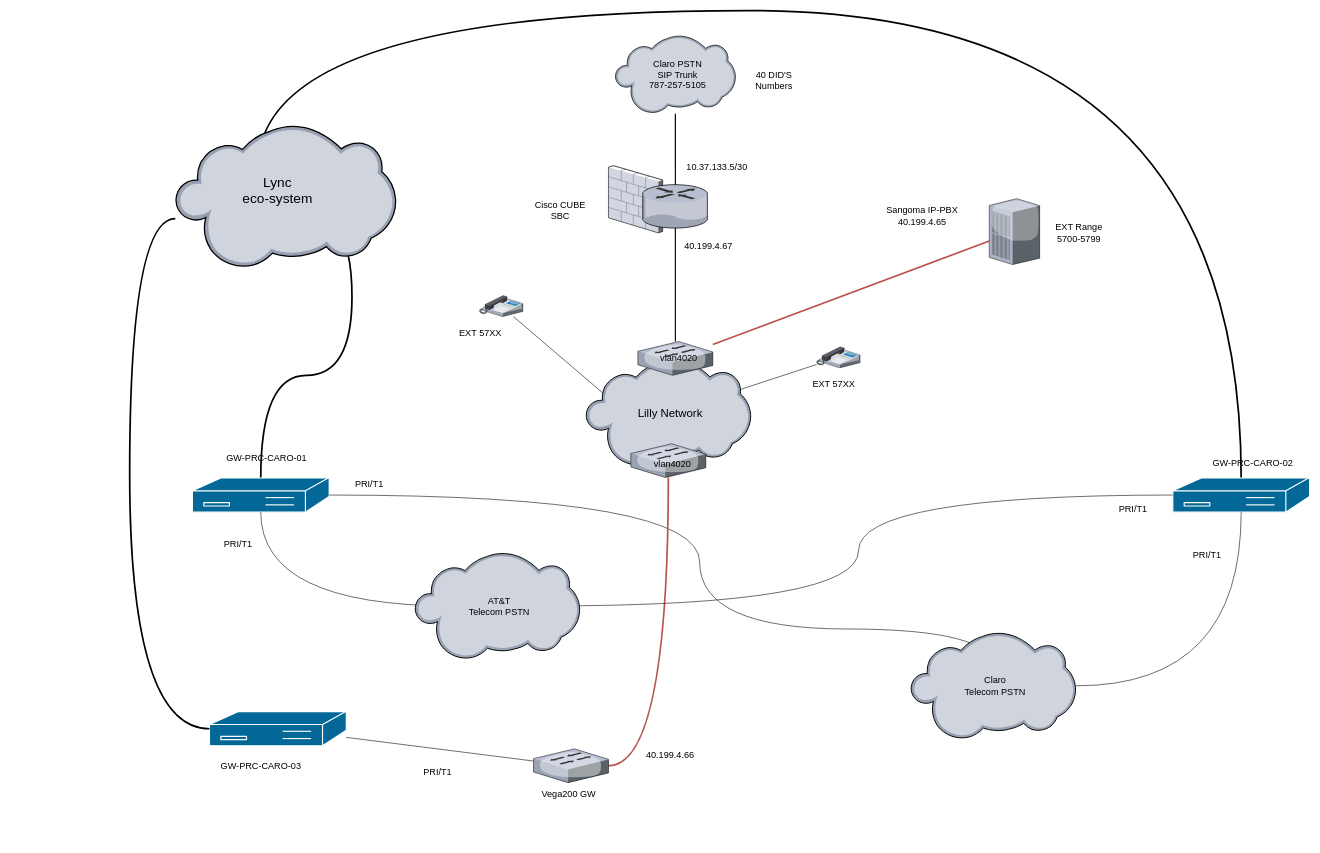
Above: pbx-lilly.drawio in jose-guisao/hello-world (draw.io), before the change. Source tidied: cells renumbered, new cells numbered last; positions are measured from the earlier drawing's top-left corner, leaving out a move shared by most shapes. Both pictures are drawn from the tidied source at 57%, with x=0, y=0 at pixel (129, 10).
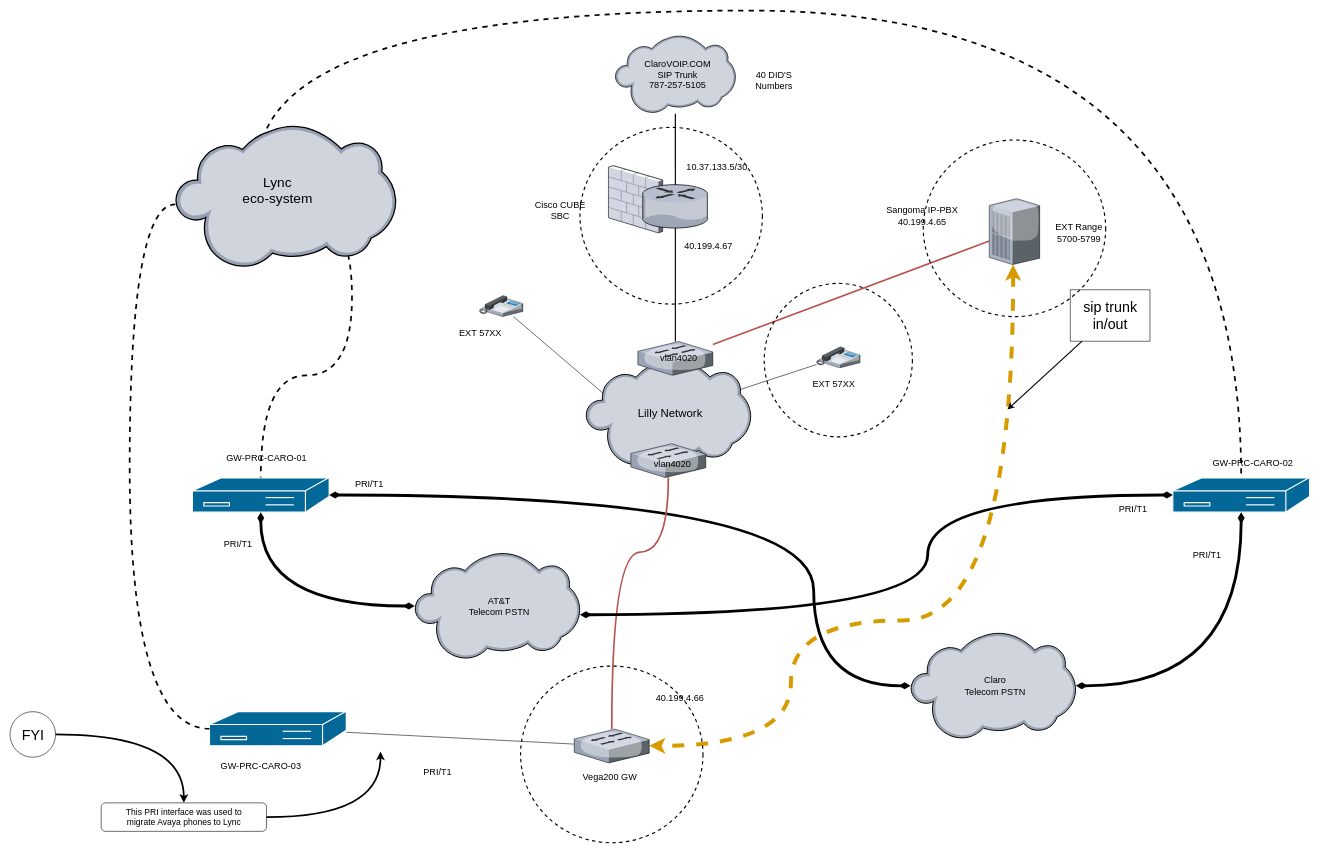
The same diagram, later.

Unchanged cells that the change refers to:
```xml
<mxCell id="5" style="verticalLabelPosition=bottom;html=1;verticalAlign=top;strokeColor=none;align=center;outlineConnect=0;shape=mxgraph.citrix.cloud;" parent="4" vertex="1">
  <mxGeometry width="387.3" height="252.8" as="geometry" />
</mxCell>
<mxCell id="6" value="&lt;div style=&quot;font-size: 24px;&quot;&gt;Lync&lt;/div&gt;&lt;div style=&quot;font-size: 24px;&quot;&gt; eco-system&lt;/div&gt;" style="text;html=1;align=center;verticalAlign=middle;points=[];fontSize=24;" parent="4" vertex="1">
  <mxGeometry x="88.6" y="76.3" width="180" height="80" as="geometry" />
</mxCell>
<mxCell id="11" style="verticalLabelPosition=bottom;html=1;verticalAlign=top;strokeColor=none;align=center;outlineConnect=0;shape=mxgraph.citrix.pbx_server;" parent="1" vertex="1">
  <mxGeometry x="1508" y="330" width="88.5" height="115.7" as="geometry" />
</mxCell>
<mxCell id="22" style="shape=mxgraph.cisco.controllers_and_modules.3174_(desktop)_cluster_controller;html=1;dashed=0;fillColor=#036897;strokeColor=#ffffff;strokeWidth=2;verticalLabelPosition=bottom;verticalAlign=top;align=center;outlineConnect=0;" parent="1" vertex="1">
  <mxGeometry x="110" y="820" width="240" height="60" as="geometry" />
</mxCell>
<mxCell id="23" style="shape=mxgraph.cisco.controllers_and_modules.3174_(desktop)_cluster_controller;html=1;dashed=0;fillColor=#036897;strokeColor=#ffffff;strokeWidth=2;verticalLabelPosition=bottom;verticalAlign=top;align=center;outlineConnect=0;" parent="1" vertex="1">
  <mxGeometry x="140" y="1230" width="240" height="60" as="geometry" />
</mxCell>
<mxCell id="24" style="shape=mxgraph.cisco.controllers_and_modules.3174_(desktop)_cluster_controller;html=1;dashed=0;fillColor=#036897;strokeColor=#ffffff;strokeWidth=2;verticalLabelPosition=bottom;verticalAlign=top;align=center;outlineConnect=0;" parent="1" vertex="1">
  <mxGeometry x="1830" y="820" width="240" height="60" as="geometry" />
</mxCell>
<mxCell id="40" style="verticalLabelPosition=bottom;html=1;verticalAlign=top;strokeColor=none;align=center;outlineConnect=0;shape=mxgraph.citrix.cloud;" parent="39" vertex="1">
  <mxGeometry width="290" height="189.3" as="geometry" />
</mxCell>
<mxCell id="41" value="&lt;div&gt;Claro&lt;/div&gt;&lt;div&gt;Telecom PSTN&lt;br&gt;&lt;/div&gt;" style="text;html=1;align=center;verticalAlign=middle;points=[];fontSize=16;" parent="39" vertex="1">
  <mxGeometry x="67.5" y="64.6" width="160" height="60" as="geometry" />
</mxCell>
<mxCell id="43" style="verticalLabelPosition=bottom;html=1;verticalAlign=top;strokeColor=none;align=center;outlineConnect=0;shape=mxgraph.citrix.cloud;" parent="42" vertex="1">
  <mxGeometry width="290" height="189.3" as="geometry" />
</mxCell>
<mxCell id="44" value="&lt;div&gt;AT&amp;amp;T&lt;br&gt;&lt;/div&gt;&lt;div&gt;Telecom PSTN&lt;br&gt;&lt;/div&gt;" style="text;html=1;align=center;verticalAlign=middle;points=[];fontSize=16;" parent="42" vertex="1">
  <mxGeometry x="67.5" y="64.6" width="160" height="60" as="geometry" />
</mxCell>
<mxCell id="58" style="verticalLabelPosition=bottom;html=1;verticalAlign=top;strokeColor=none;align=center;outlineConnect=0;shape=mxgraph.citrix.switch;" parent="53" vertex="1">
  <mxGeometry x="79.2" y="149.3" width="131.5" height="59.3" as="geometry" />
</mxCell>
```

The edit, as a diff of the source:
```diff
@@
-    <mxCell id="2" style="edgeStyle=orthogonalEdgeStyle;curved=1;rounded=0;jettySize=auto;html=1;endArrow=none;endFill=0;strokeWidth=3;fontSize=16;" parent="1" edge="1" source="6" target="24">
+    <mxCell id="2" style="edgeStyle=orthogonalEdgeStyle;curved=1;rounded=0;jettySize=auto;html=1;endArrow=none;endFill=0;strokeWidth=3;fontSize=16;dashed=1;" parent="1" edge="1" source="6" target="24">
       <mxGeometry relative="1" as="geometry">
         <Array as="points">
           <mxPoint x="225" />
           <mxPoint x="1950" />
         </Array>
       </mxGeometry>
     </mxCell>
-    <mxCell id="3" style="edgeStyle=orthogonalEdgeStyle;curved=1;rounded=0;jettySize=auto;html=1;endArrow=none;endFill=0;strokeWidth=3;fontSize=16;" parent="1" edge="1" source="6" target="22">
+    <mxCell id="3" style="edgeStyle=orthogonalEdgeStyle;curved=1;rounded=0;jettySize=auto;html=1;endArrow=none;endFill=0;strokeWidth=3;fontSize=16;dashed=1;" parent="1" edge="1" source="6" target="22">
       <mxGeometry relative="1" as="geometry">
         <Array as="points">
           <mxPoint x="390" y="365" />
           <mxPoint x="390" y="640" />
           <mxPoint x="230" y="640" />
         </Array>
       </mxGeometry>
     </mxCell>
@@
+    <mxCell id="62" style="edgeStyle=orthogonalEdgeStyle;curved=1;rounded=0;jettySize=auto;html=1;endArrow=classic;endFill=1;strokeWidth=7;fontSize=25;fontColor=#000000;startArrow=classic;startFill=1;dashed=1;fillColor=#ffe6cc;strokeColor=#d79b00;" parent="1" edge="1" source="11" target="33">
+      <mxGeometry relative="1" as="geometry">
+        <Array as="points">
+          <mxPoint x="1550" y="1070" />
+          <mxPoint x="1160" y="1070" />
+          <mxPoint x="1160" y="1290" />
+        </Array>
+      </mxGeometry>
+    </mxCell>
@@
-    <mxCell id="12" value="&lt;div&gt;Claro PSTN&lt;/div&gt;&lt;div&gt;SIP Trunk&lt;/div&gt;787-257-5105" style="text;html=1;align=center;verticalAlign=middle;fillColor=none;strokeColor=none;rounded=0;fontSize=16;" parent="1" vertex="1">
-      <mxGeometry x="886.2" y="72.1" width="150" height="80" as="geometry" />
+    <mxCell id="12" value="&lt;div&gt;ClaroVOIP.COM&lt;br&gt;&lt;/div&gt;&lt;div&gt;SIP Trunk&lt;/div&gt;787-257-5105" style="text;html=1;align=center;verticalAlign=middle;fillColor=none;strokeColor=none;rounded=0;fontSize=16;" parent="1" vertex="1">
+      <mxGeometry x="876.2" y="72.1" width="170" height="80" as="geometry" />
     </mxCell>
@@
-    <mxCell id="27" style="edgeStyle=orthogonalEdgeStyle;curved=1;rounded=0;jettySize=auto;html=1;fontSize=16;endArrow=none;endFill=0;" parent="1" edge="1" source="44" target="22">
-      <mxGeometry relative="1" as="geometry" />
+    <mxCell id="27" style="edgeStyle=orthogonalEdgeStyle;curved=1;rounded=0;jettySize=auto;html=1;fontSize=16;endArrow=diamondThin;endFill=1;strokeWidth=5;startArrow=diamondThin;startFill=1;" parent="1" edge="1" source="43" target="22">
+      <mxGeometry relative="1" as="geometry">
+        <Array as="points">
+          <mxPoint x="230" y="1045" />
+        </Array>
+      </mxGeometry>
     </mxCell>
-    <mxCell id="28" style="edgeStyle=orthogonalEdgeStyle;curved=1;rounded=0;jettySize=auto;html=1;entryX=1;entryY=0.5;entryDx=0;entryDy=0;entryPerimeter=0;endArrow=none;endFill=0;fontSize=16;" parent="1" edge="1" source="41" target="22">
+    <mxCell id="28" style="edgeStyle=orthogonalEdgeStyle;curved=1;rounded=0;jettySize=auto;html=1;entryX=1;entryY=0.5;entryDx=0;entryDy=0;entryPerimeter=0;endArrow=diamondThin;endFill=1;fontSize=16;strokeWidth=5;startArrow=diamondThin;startFill=1;" parent="1" edge="1" source="40" target="22">
       <mxGeometry relative="1" as="geometry">
         <Array as="points">
-          <mxPoint x="1000" y="1085" />
-          <mxPoint x="1000" y="850" />
+          <mxPoint x="1200" y="1185" />
+          <mxPoint x="1200" y="850" />
         </Array>
       </mxGeometry>
     </mxCell>
@@
     <mxCell id="32" style="edgeStyle=orthogonalEdgeStyle;curved=1;rounded=0;jettySize=auto;html=1;endArrow=none;endFill=0;fontSize=16;strokeWidth=3;fillColor=#f8cecc;strokeColor=#b85450;" parent="1" edge="1" source="33" target="58">
-      <mxGeometry relative="1" as="geometry" />
+      <mxGeometry relative="1" as="geometry">
+        <Array as="points">
+          <mxPoint x="846" y="950" />
+          <mxPoint x="945" y="950" />
+        </Array>
+      </mxGeometry>
     </mxCell>
     <mxCell id="33" style="verticalLabelPosition=bottom;html=1;verticalAlign=top;strokeColor=none;align=center;outlineConnect=0;shape=mxgraph.citrix.switch;" parent="1" vertex="1">
-      <mxGeometry x="708.5" y="1295.3" width="131.5" height="59.3" as="geometry" />
+      <mxGeometry x="780" y="1260.7" width="131.5" height="59.3" as="geometry" />
     </mxCell>
     <mxCell id="34" value="&lt;div&gt;Vega200 GW&lt;br&gt;&lt;/div&gt;" style="text;html=1;align=center;verticalAlign=middle;fillColor=none;strokeColor=none;rounded=0;fontSize=16;" parent="1" vertex="1">
-      <mxGeometry x="700" y="1360" width="140" height="30" as="geometry" />
+      <mxGeometry x="771.5" y="1330" width="140" height="30" as="geometry" />
     </mxCell>
     <mxCell id="35" value="40.199.4.66" style="text;html=1;align=center;verticalAlign=middle;fillColor=none;strokeColor=none;rounded=0;fontSize=16;" parent="1" vertex="1">
-      <mxGeometry x="882.5" y="1290" width="130" height="30" as="geometry" />
+      <mxGeometry x="900" y="1190" width="130" height="30" as="geometry" />
     </mxCell>
@@
-    <mxCell id="37" style="edgeStyle=orthogonalEdgeStyle;curved=1;rounded=0;jettySize=auto;html=1;endArrow=none;endFill=0;fontSize=16;" parent="1" edge="1" source="40" target="24">
+    <mxCell id="37" style="edgeStyle=orthogonalEdgeStyle;curved=1;rounded=0;jettySize=auto;html=1;endArrow=diamondThin;endFill=1;fontSize=16;strokeWidth=5;startArrow=diamondThin;startFill=1;" parent="1" edge="1" source="40" target="24">
       <mxGeometry relative="1" as="geometry" />
     </mxCell>
-    <mxCell id="38" style="edgeStyle=orthogonalEdgeStyle;curved=1;rounded=0;jettySize=auto;html=1;entryX=0;entryY=0.5;entryDx=0;entryDy=0;entryPerimeter=0;endArrow=none;endFill=0;fontSize=16;" parent="1" edge="1" source="44" target="24">
-      <mxGeometry relative="1" as="geometry" />
+    <mxCell id="38" style="edgeStyle=orthogonalEdgeStyle;curved=1;rounded=0;jettySize=auto;html=1;entryX=0;entryY=0.5;entryDx=0;entryDy=0;entryPerimeter=0;endArrow=diamondThin;endFill=1;fontSize=16;strokeWidth=5;startArrow=diamondThin;startFill=1;" parent="1" edge="1" target="24">
+      <mxGeometry relative="1" as="geometry">
+        <mxPoint x="790" y="1060" as="sourcePoint" />
+        <Array as="points">
+          <mxPoint x="1400" y="1060" />
+          <mxPoint x="1400" y="850" />
+        </Array>
+      </mxGeometry>
     </mxCell>
@@
-    <mxCell id="61" style="edgeStyle=orthogonalEdgeStyle;curved=1;rounded=0;jettySize=auto;html=1;endArrow=none;endFill=0;strokeWidth=3;fontSize=16;" parent="1" edge="1" source="5" target="23">
+    <mxCell id="61" style="edgeStyle=orthogonalEdgeStyle;curved=1;rounded=0;jettySize=auto;html=1;endArrow=none;endFill=0;strokeWidth=3;fontSize=16;dashed=1;" parent="1" edge="1" source="5" target="23">
       <mxGeometry relative="1" as="geometry">
         <Array as="points">
-          <mxPoint y="365" />
+          <mxPoint y="340" />
           <mxPoint y="1260" />
         </Array>
       </mxGeometry>
     </mxCell>
+    <mxCell id="63" style="edgeStyle=orthogonalEdgeStyle;curved=1;rounded=0;jettySize=auto;html=1;endArrow=classic;endFill=1;strokeWidth=3;fontSize=15;" parent="1" edge="1" source="64">
+      <mxGeometry relative="1" as="geometry">
+        <mxPoint x="440" y="1300" as="targetPoint" />
+      </mxGeometry>
+    </mxCell>
+    <mxCell id="64" value="&lt;div style=&quot;font-size: 15px;&quot;&gt;This PRI interface was used to&lt;/div&gt;&lt;div style=&quot;font-size: 15px;&quot;&gt; migrate Avaya phones to Lync&lt;/div&gt;" style="text;html=1;align=center;verticalAlign=middle;points=[];fillColor=none;rounded=1;fontSize=15;strokeColor=#000000;glass=1;" parent="1" vertex="1">
+      <mxGeometry x="-50" y="1390" width="290" height="50" as="geometry" />
+    </mxCell>
+    <mxCell id="65" style="edgeStyle=orthogonalEdgeStyle;curved=1;rounded=0;jettySize=auto;html=1;endArrow=classic;endFill=1;strokeWidth=3;fontSize=25;" parent="1" edge="1" source="68" target="64">
+      <mxGeometry relative="1" as="geometry" />
+    </mxCell>
+    <mxCell id="66" style="group;" parent="1" vertex="1">
+      <mxGeometry x="-210" y="1230" width="80" height="80" as="geometry" />
+    </mxCell>
+    <mxCell id="67" style="ellipse;whiteSpace=wrap;html=1;rounded=1;glass=1;strokeColor=#000000;fontSize=25;" parent="66" vertex="1">
+      <mxGeometry width="80" height="80" as="geometry" />
+    </mxCell>
+    <mxCell id="68" value="FYI" style="text;html=1;align=center;verticalAlign=middle;points=[];fillColor=none;rounded=0;fontSize=25;perimeterSpacing=3;" parent="66" vertex="1">
+      <mxGeometry x="5" y="15" width="70" height="50" as="geometry" />
+    </mxCell>
+    <mxCell id="69" style="edgeStyle=none;rounded=0;jettySize=auto;html=1;startArrow=none;startFill=0;endArrow=classic;endFill=1;strokeWidth=2;fontSize=25;fontColor=#000000;" parent="1" edge="1" source="70">
+      <mxGeometry relative="1" as="geometry">
+        <mxPoint x="1540" y="700" as="targetPoint" />
+      </mxGeometry>
+    </mxCell>
+    <mxCell id="70" value="&lt;div&gt;sip trunk&lt;/div&gt;&lt;div&gt;in/out&lt;br&gt;&lt;/div&gt;" style="text;html=1;align=center;verticalAlign=middle;points=[];fillColor=none;rounded=0;glass=1;fontSize=25;fontColor=#000000;strokeColor=#000000;" parent="1" vertex="1">
+      <mxGeometry x="1650" y="490" width="140" height="90" as="geometry" />
+    </mxCell>
+    <mxCell id="71" style="ellipse;whiteSpace=wrap;html=1;rounded=0;glass=1;strokeColor=#000000;fontSize=25;fontColor=#000000;dashed=1;fillColor=none;strokeWidth=2;" parent="1" vertex="1">
+      <mxGeometry x="790" y="205" width="320" height="310" as="geometry" />
+    </mxCell>
+    <mxCell id="72" style="ellipse;whiteSpace=wrap;html=1;rounded=0;glass=1;strokeColor=#000000;fontSize=25;fontColor=#000000;dashed=1;fillColor=none;strokeWidth=2;" parent="1" vertex="1">
+      <mxGeometry x="1392.3" y="227" width="320" height="310" as="geometry" />
+    </mxCell>
+    <mxCell id="73" style="ellipse;whiteSpace=wrap;html=1;rounded=0;glass=1;strokeColor=#000000;fontSize=25;fontColor=#000000;dashed=1;fillColor=none;strokeWidth=2;" parent="1" vertex="1">
+      <mxGeometry x="685.8" y="1150" width="320" height="310" as="geometry" />
+    </mxCell>
+    <mxCell id="74" style="ellipse;whiteSpace=wrap;html=1;rounded=0;glass=1;strokeColor=#000000;fontSize=25;fontColor=#000000;dashed=1;fillColor=none;strokeWidth=2;" parent="1" vertex="1">
+      <mxGeometry x="1113.2" y="478.6" width="260" height="269.3" as="geometry" />
+    </mxCell>
```
